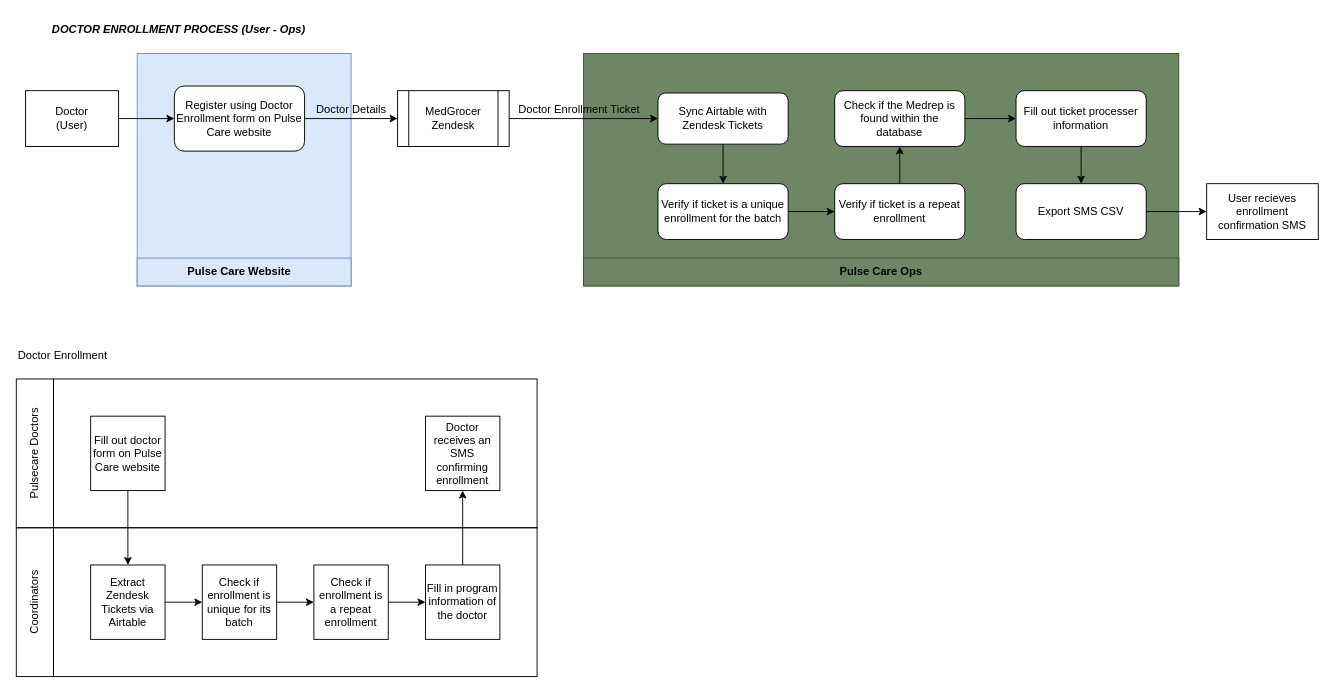
Earlier version of the draw.io diagram page "Data Flow Diagram" (1 of 2) of Patient Programs/NS Pulse Care/Doctor Enrollment.dio (MedGrocer/diagrams). Source tidied: cells renumbered, new cells numbered last; positions are measured from the earlier drawing's top-left corner, leaving out a move shared by most shapes. Both pictures are drawn from the tidied source at 93%, with x=0, y=0 at pixel (-40, 16).
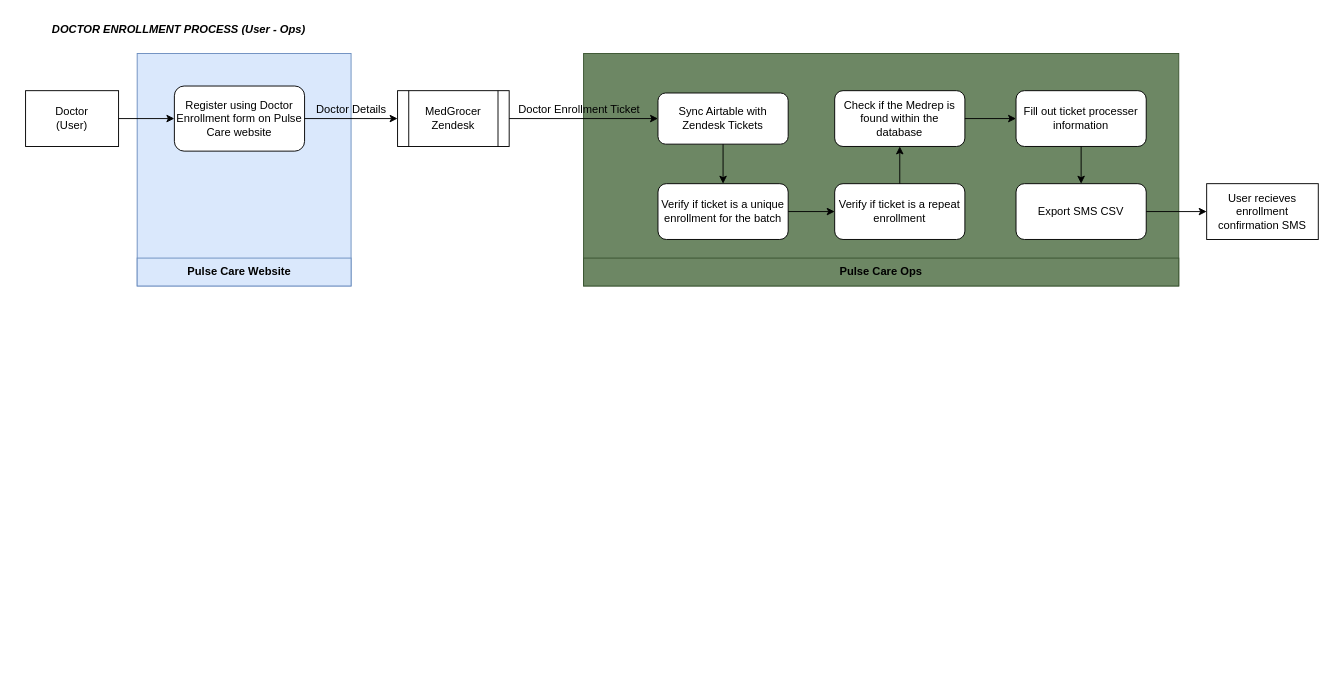
Above is the later version.

Change to the diagram source:
```diff
@@
-    <mxCell id="2" style="group;" parent="1" vertex="1">
-      <mxGeometry x="60" y="350" width="560" height="360" as="geometry" />
-    </mxCell>
-    <mxCell id="3" style="rounded=0;whiteSpace=wrap;html=1;fillColor=none;" parent="2" vertex="1">
-      <mxGeometry x="40" y="200" width="520" height="160" as="geometry" />
-    </mxCell>
-    <mxCell id="4" style="rounded=0;whiteSpace=wrap;html=1;fillColor=none;" parent="2" vertex="1">
-      <mxGeometry x="40" y="40" width="520" height="160" as="geometry" />
-    </mxCell>
-    <mxCell id="5" value="Pulsecare Doctors" style="rounded=0;whiteSpace=wrap;html=1;fillColor=none;rotation=-90;" parent="2" vertex="1">
-      <mxGeometry x="-60" y="100" width="160" height="40" as="geometry" />
-    </mxCell>
-    <mxCell id="6" value="Coordinators" style="rounded=0;whiteSpace=wrap;html=1;fillColor=none;rotation=-90;" parent="2" vertex="1">
-      <mxGeometry x="-60" y="260" width="160" height="40" as="geometry" />
-    </mxCell>
-    <mxCell id="7" value="Doctor Enrollment" style="text;html=1;align=left;verticalAlign=middle;strokeColor=none;fillColor=none;" parent="2" vertex="1">
-      <mxGeometry width="120" height="30" as="geometry" />
-    </mxCell>
-    <mxCell id="8" value="Fill out doctor form on Pulse Care website" style="rounded=0;whiteSpace=wrap;html=1;fillColor=none;" parent="2" vertex="1">
-      <mxGeometry x="80" y="80" width="80" height="80" as="geometry" />
-    </mxCell>
-    <mxCell id="9" value="Extract Zendesk Tickets via Airtable" style="rounded=0;whiteSpace=wrap;html=1;fillColor=none;" parent="2" vertex="1">
-      <mxGeometry x="80" y="240" width="80" height="80" as="geometry" />
-    </mxCell>
-    <mxCell id="10" style="edgeStyle=none;html=1;exitX=0.5;exitY=1;exitDx=0;exitDy=0;entryX=0.5;entryY=0;entryDx=0;entryDy=0;" parent="2" edge="1" source="8" target="9">
-      <mxGeometry relative="1" as="geometry" />
-    </mxCell>
-    <mxCell id="11" value="Check if enrollment is unique for its batch" style="rounded=0;whiteSpace=wrap;html=1;fillColor=none;" parent="2" vertex="1">
-      <mxGeometry x="200" y="240" width="80" height="80" as="geometry" />
-    </mxCell>
-    <mxCell id="12" style="edgeStyle=none;html=1;entryX=0;entryY=0.5;entryDx=0;entryDy=0;" parent="2" edge="1" source="9" target="11">
-      <mxGeometry relative="1" as="geometry" />
-    </mxCell>
-    <mxCell id="13" value="Check if enrollment is a repeat enrollment" style="rounded=0;whiteSpace=wrap;html=1;fillColor=none;" parent="2" vertex="1">
-      <mxGeometry x="320" y="240" width="80" height="80" as="geometry" />
-    </mxCell>
-    <mxCell id="14" style="edgeStyle=none;html=1;entryX=0;entryY=0.5;entryDx=0;entryDy=0;" parent="2" edge="1" source="11" target="13">
-      <mxGeometry relative="1" as="geometry" />
-    </mxCell>
-    <mxCell id="15" value="Fill in program information of the doctor" style="rounded=0;whiteSpace=wrap;html=1;fillColor=none;" parent="2" vertex="1">
-      <mxGeometry x="440" y="240" width="80" height="80" as="geometry" />
-    </mxCell>
-    <mxCell id="16" style="edgeStyle=none;html=1;entryX=0;entryY=0.5;entryDx=0;entryDy=0;" parent="2" edge="1" source="13" target="15">
-      <mxGeometry relative="1" as="geometry" />
-    </mxCell>
-    <mxCell id="17" value="Doctor receives an SMS confirming enrollment" style="rounded=0;whiteSpace=wrap;html=1;fillColor=none;" parent="2" vertex="1">
-      <mxGeometry x="440" y="80" width="80" height="80" as="geometry" />
-    </mxCell>
-    <mxCell id="18" style="edgeStyle=none;html=1;entryX=0.5;entryY=1;entryDx=0;entryDy=0;" parent="2" edge="1" source="15" target="17">
-      <mxGeometry relative="1" as="geometry" />
-    </mxCell>
```
